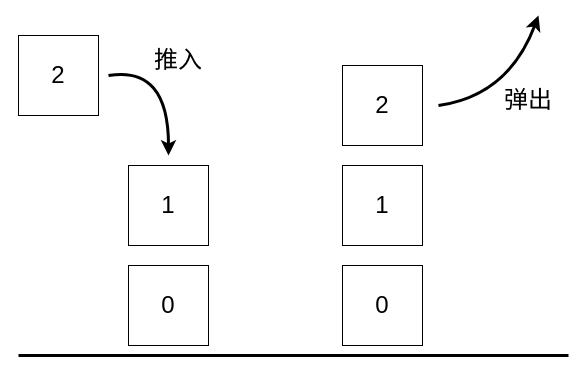
Earlier version of the draw.io diagram course6/stack-push-pop.drawio (moonbitlang/moonbit-course). Source tidied: cells renumbered, new cells numbered last; positions are measured from the earlier drawing's top-left corner, leaving out a move shared by most shapes. Both pictures are drawn from the tidied source at 100%, with x=0, y=0 at pixel (18, 15).
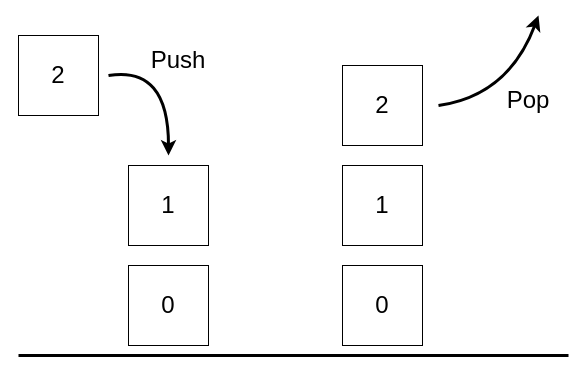
After the change.

What changed in the source:
```diff
@@
 <mxGraphModel>
   <root>
     <mxCell id="0" />
     <mxCell id="1" parent="0" />
     <mxCell id="2" value="1" style="rounded=0;whiteSpace=wrap;html=1;fontSize=24;" parent="1" vertex="1">
       <mxGeometry x="110" y="150" width="80" height="80" as="geometry" />
     </mxCell>
     <mxCell id="3" value="0" style="rounded=0;whiteSpace=wrap;html=1;fontSize=24;" parent="1" vertex="1">
       <mxGeometry x="110" y="250" width="80" height="80" as="geometry" />
     </mxCell>
     <mxCell id="4" value="2" style="rounded=0;whiteSpace=wrap;html=1;fontSize=24;" parent="1" vertex="1">
       <mxGeometry y="20" width="80" height="80" as="geometry" />
     </mxCell>
     <mxCell id="5" style="curved=1;endArrow=classic;html=1;rounded=0;strokeWidth=3;" parent="1" edge="1">
       <mxGeometry relative="1" as="geometry">
         <mxPoint x="90" y="60" as="sourcePoint" />
         <mxPoint x="150" y="140" as="targetPoint" />
         <Array as="points">
           <mxPoint x="150" y="50" />
         </Array>
       </mxGeometry>
     </mxCell>
-    <mxCell id="6" value="&lt;font style=&quot;font-size: 24px;&quot;&gt;推入&lt;/font&gt;" style="text;html=1;strokeColor=none;fillColor=none;align=center;verticalAlign=middle;whiteSpace=wrap;rounded=0;" parent="1" vertex="1">
+    <mxCell id="6" value="&lt;span style=&quot;font-size: 24px;&quot;&gt;Push&lt;/span&gt;" style="text;html=1;strokeColor=none;fillColor=none;align=center;verticalAlign=middle;whiteSpace=wrap;rounded=0;" parent="1" vertex="1">
       <mxGeometry x="130" y="30" width="60" height="30" as="geometry" />
     </mxCell>
     <mxCell id="7" value="1" style="rounded=0;whiteSpace=wrap;html=1;fontSize=24;" parent="1" vertex="1">
       <mxGeometry x="324" y="150" width="80" height="80" as="geometry" />
     </mxCell>
     <mxCell id="8" value="0" style="rounded=0;whiteSpace=wrap;html=1;fontSize=24;" parent="1" vertex="1">
       <mxGeometry x="324" y="250" width="80" height="80" as="geometry" />
     </mxCell>
     <mxCell id="9" value="2" style="rounded=0;whiteSpace=wrap;html=1;fontSize=24;" parent="1" vertex="1">
       <mxGeometry x="324" y="50" width="80" height="80" as="geometry" />
     </mxCell>
     <mxCell id="10" style="curved=1;endArrow=classic;html=1;rounded=0;strokeWidth=3;" parent="1" edge="1">
       <mxGeometry relative="1" as="geometry">
         <mxPoint x="420" y="90" as="sourcePoint" />
         <mxPoint x="520" as="targetPoint" />
         <Array as="points">
           <mxPoint x="490" y="80" />
         </Array>
       </mxGeometry>
     </mxCell>
-    <mxCell id="11" value="&lt;font style=&quot;font-size: 24px;&quot;&gt;弹出&lt;/font&gt;" style="text;html=1;strokeColor=none;fillColor=none;align=center;verticalAlign=middle;whiteSpace=wrap;rounded=0;" parent="1" vertex="1">
+    <mxCell id="11" value="&lt;font style=&quot;font-size: 24px;&quot;&gt;Pop&lt;/font&gt;" style="text;html=1;strokeColor=none;fillColor=none;align=center;verticalAlign=middle;whiteSpace=wrap;rounded=0;" parent="1" vertex="1">
       <mxGeometry x="480" y="70" width="60" height="30" as="geometry" />
     </mxCell>
     <mxCell id="12" style="endArrow=none;html=1;rounded=0;strokeWidth=3;" parent="1" edge="1">
       <mxGeometry relative="1" as="geometry">
         <mxPoint y="340" as="sourcePoint" />
         <mxPoint x="550" y="340" as="targetPoint" />
       </mxGeometry>
     </mxCell>
   </root>
 </mxGraphModel>
```
